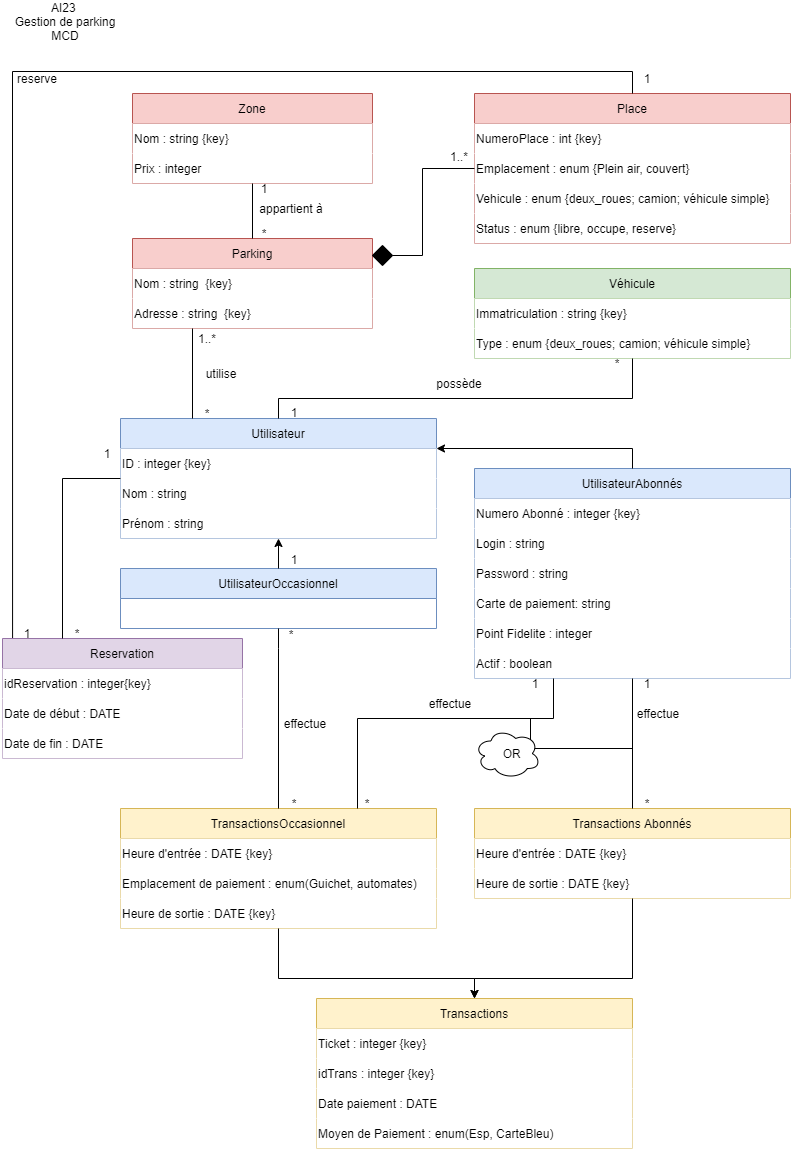
MostafaFR/Parking-Management keeps this draw.io diagram as Rendu Finale/MCD.png. Above is the earlier version. Source tidied: cells renumbered, new cells last; positions are measured from the earlier drawing's top-left corner, leaving out a move shared by most shapes.
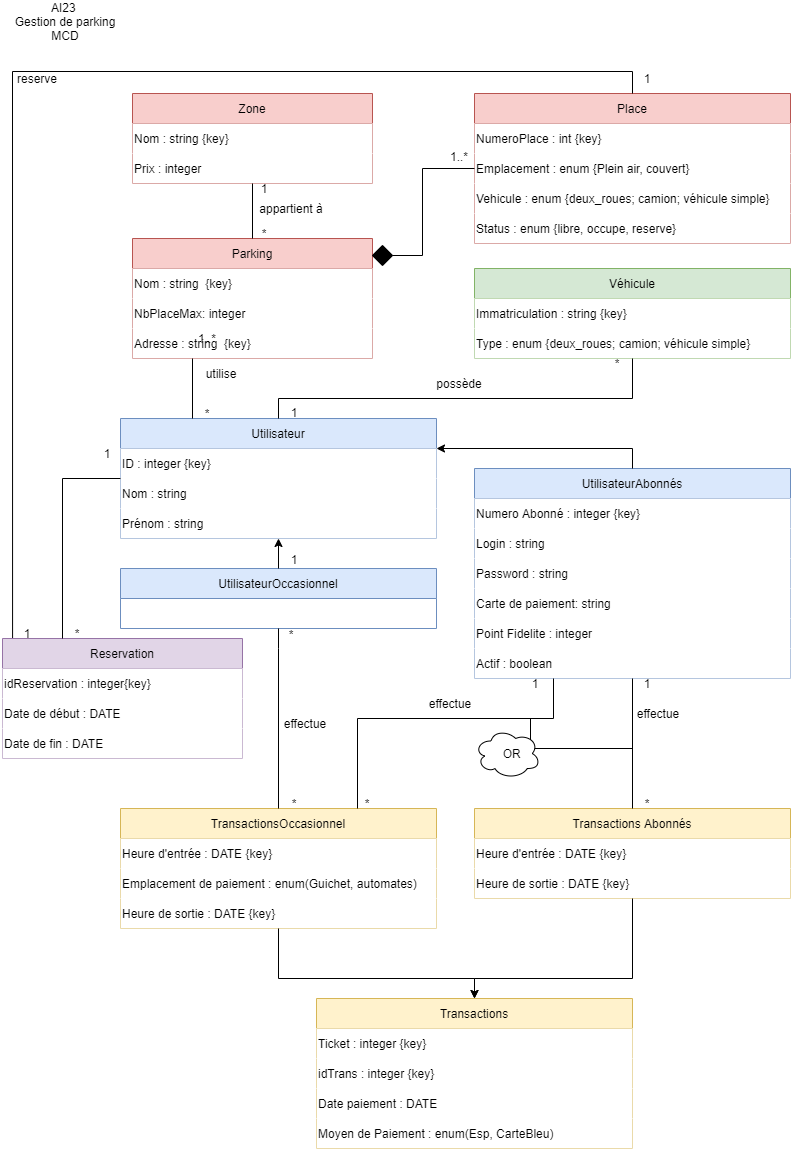
After the commit.

Change to the diagram source:
```diff
@@ -6,13 +6,16 @@
       <mxGeometry width="130" height="40" as="geometry" />
     </mxCell>
     <mxCell id="3" value="Parking" style="swimlane;fontStyle=0;horizontal=1;startSize=30;fillColor=#f8cecc;strokeColor=#b85450;" parent="1" vertex="1">
-      <mxGeometry x="132" y="237" width="240" height="90" as="geometry" />
+      <mxGeometry x="132" y="237" width="240" height="120" as="geometry" />
     </mxCell>
     <mxCell id="4" value="Nom : string&amp;nbsp;&amp;nbsp;{key}" style="text;html=1;strokeColor=none;fillColor=default;align=left;verticalAlign=middle;whiteSpace=wrap;rounded=0;" parent="3" vertex="1">
       <mxGeometry y="30" width="240" height="30" as="geometry" />
     </mxCell>
+    <mxCell id="87" value="NbPlaceMax: integer" style="text;html=1;strokeColor=none;fillColor=default;align=left;verticalAlign=middle;whiteSpace=wrap;rounded=0;" parent="3" vertex="1">
+      <mxGeometry y="60" width="240" height="30" as="geometry" />
+    </mxCell>
     <mxCell id="5" value="Adresse : string&amp;nbsp;&amp;nbsp;{key}" style="text;html=1;strokeColor=none;fillColor=default;align=left;verticalAlign=middle;whiteSpace=wrap;rounded=0;" parent="3" vertex="1">
-      <mxGeometry y="60" width="240" height="30" as="geometry" />
+      <mxGeometry y="90" width="240" height="30" as="geometry" />
     </mxCell>
     <mxCell id="6" value="Place" style="swimlane;fontStyle=0;horizontal=1;startSize=30;fillColor=#f8cecc;strokeColor=#b85450;" parent="1" vertex="1">
       <mxGeometry x="474" y="92" width="316" height="150" as="geometry" />
```
